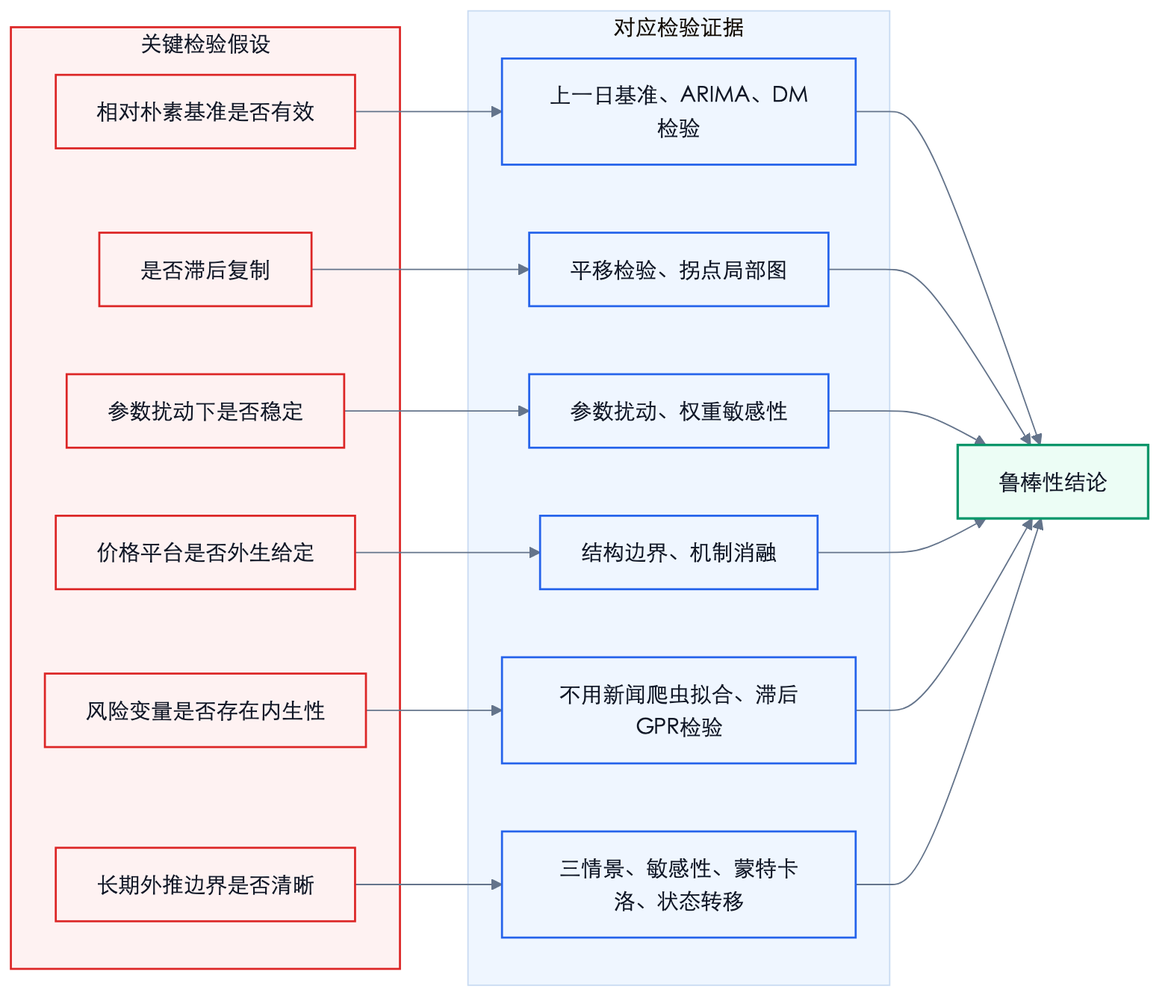
Above: paper/figures/评审质疑防御框架图.png in Timcai06/-A- (Mermaid), before the change. Its source is kept beside it as paper/diagrams/评审质疑防御框架图.mmd.
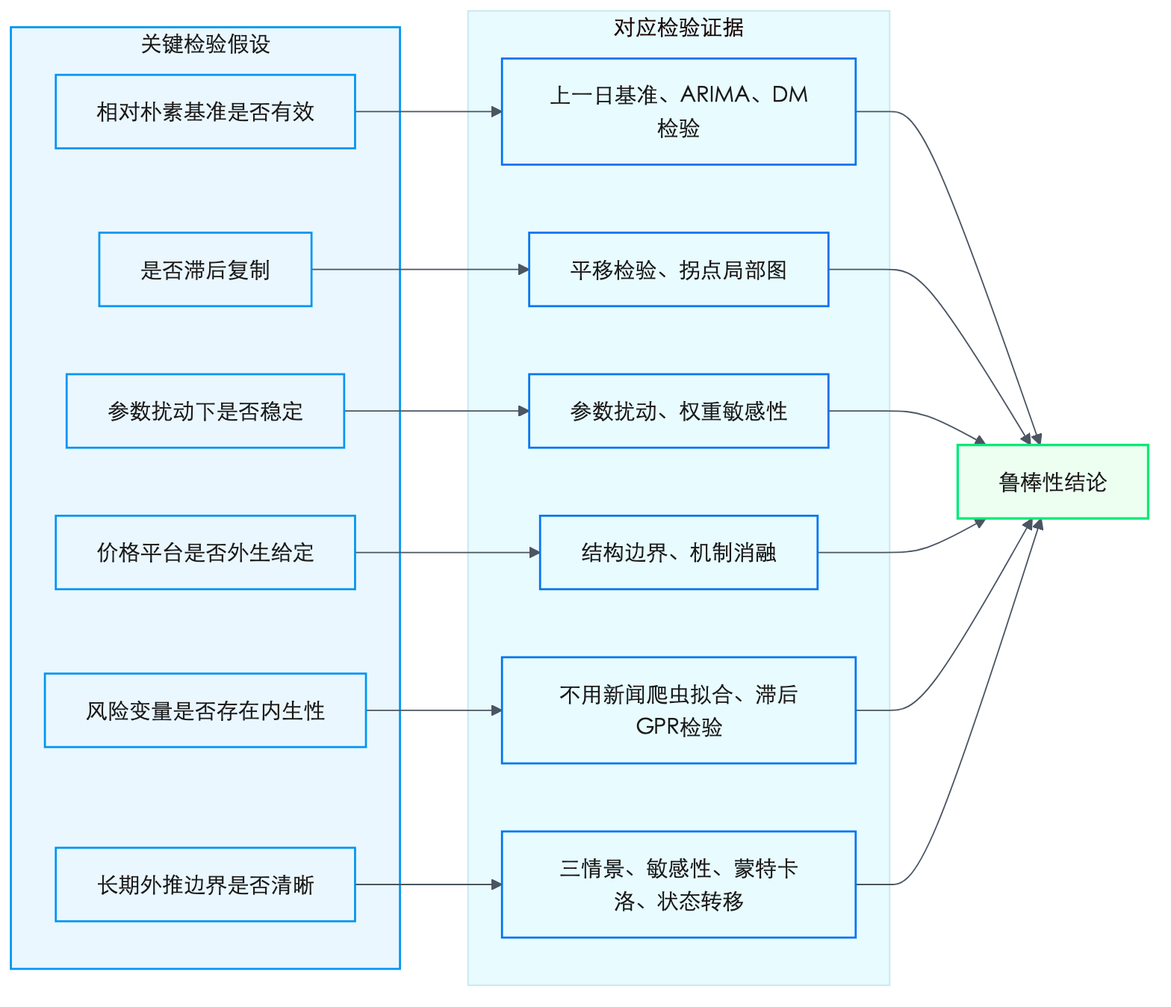
The same diagram one commit later.

Change to the diagram source:
```diff
@@ -1,4 +1,4 @@
-%%{init: {"theme": "base", "themeVariables": {"fontFamily": "STHeiti, Songti SC, Arial", "primaryColor": "#F8FAFC", "primaryBorderColor": "#475569", "primaryTextColor": "#111827", "lineColor": "#64748B", "tertiaryColor": "#EFF6FF"}}}%%
+%%{init: {"theme": "base", "themeVariables": {"fontFamily": "STHeiti, Songti SC, Arial", "primaryColor": "#F8FAFC", "primaryBorderColor": "#4B5563", "primaryTextColor": "#1A1A1A", "lineColor": "#4B5563", "tertiaryColor": "#E8FBFF"}}}%%
 flowchart LR
     subgraph Q["关键检验假设"]
         Q1["相对朴素基准是否有效"]
@@ -34,9 +34,9 @@
     A5 --> R
     A6 --> R
 
-    classDef question fill:#FEF2F2,stroke:#DC2626,stroke-width:1.5px,color:#111827;
-    classDef answer fill:#EFF6FF,stroke:#2563EB,stroke-width:1.5px,color:#111827;
-    classDef result fill:#ECFDF5,stroke:#059669,stroke-width:1.8px,color:#111827;
+    classDef question fill:#EAF7FF,stroke:#0095F2,stroke-width:1.5px,color:#1A1A1A;
+    classDef answer fill:#E8FBFF,stroke:#0074F2,stroke-width:1.5px,color:#1A1A1A;
+    classDef result fill:#ECFFF1,stroke:#00E978,stroke-width:1.8px,color:#1A1A1A;
 
     class Q,Q1,Q2,Q3,Q4,Q5,Q6 question;
     class A1,A2,A3,A4,A5,A6 answer;
```
